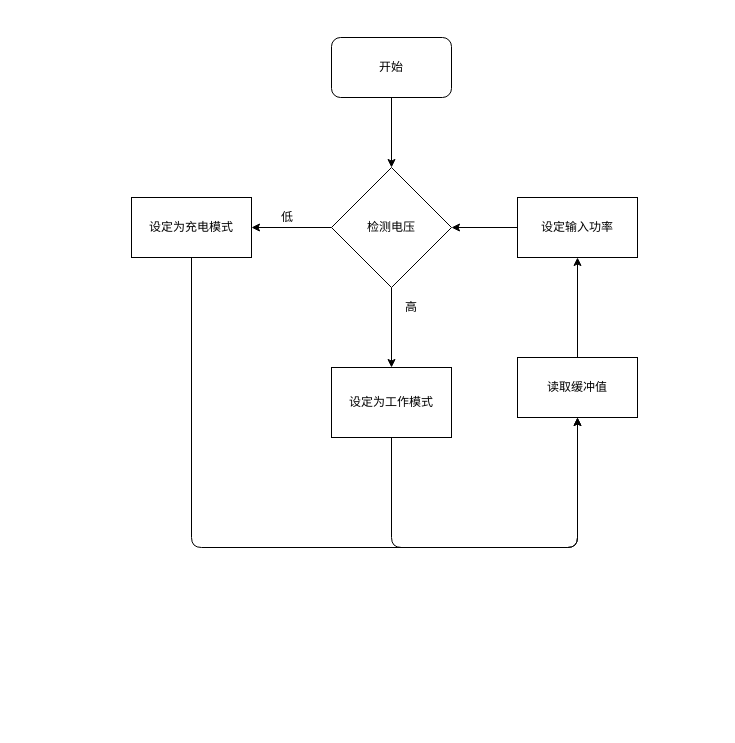
This is Doc/电容控制流程.drawio from xrobot-org/XRobot, a draw.io file, before an edit. Source tidied: cells renumbered, new cells numbered last; positions are measured from the earlier drawing's top-left corner, leaving out a move shared by most shapes. Both pictures are drawn from the tidied source at 100%, with x=0, y=0 at pixel (131, 37).
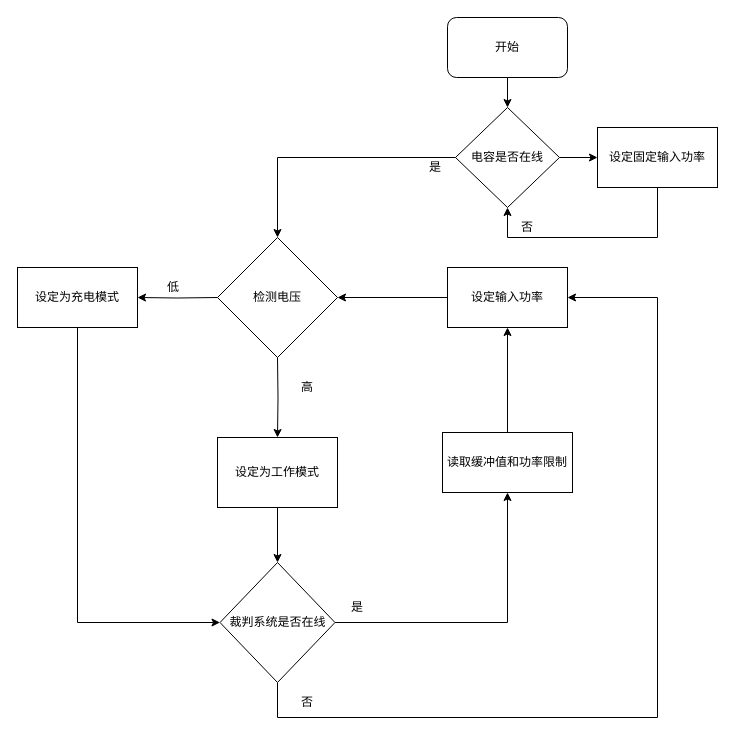
The same diagram, later.

Commit message (it also covers changes not shown here):
修改流程图

Change to the diagram source:
```diff
@@
+    <mxCell id="17" style="edgeStyle=orthogonalEdgeStyle;rounded=0;jettySize=auto;html=1;" parent="1" edge="1" source="2" target="22">
+      <mxGeometry relative="1" as="geometry" />
+    </mxCell>
     <mxCell id="2" value="开始" style="rounded=1;whiteSpace=wrap;html=1;" parent="1" vertex="1">
-      <mxGeometry x="200" width="120" height="60" as="geometry" />
+      <mxGeometry x="316" y="-20" width="120" height="60" as="geometry" />
     </mxCell>
-    <mxCell id="3" style="edgeStyle=orthogonalEdgeStyle;rounded=0;jettySize=auto;html=1;" parent="1" edge="1" source="2" target="6">
-      <mxGeometry relative="1" as="geometry" />
-    </mxCell>
-    <mxCell id="4" style="edgeStyle=orthogonalEdgeStyle;rounded=0;jettySize=auto;html=1;" parent="1" edge="1" source="6" target="7">
-      <mxGeometry relative="1" as="geometry" />
+    <mxCell id="4" style="edgeStyle=orthogonalEdgeStyle;rounded=0;jettySize=auto;html=1;" parent="1" edge="1" target="7">
+      <mxGeometry relative="1" as="geometry">
+        <mxPoint x="86" y="260" as="sourcePoint" />
+      </mxGeometry>
     </mxCell>
-    <mxCell id="5" style="edgeStyle=orthogonalEdgeStyle;rounded=0;jettySize=auto;html=1;" parent="1" edge="1" source="6" target="8">
-      <mxGeometry relative="1" as="geometry" />
+    <mxCell id="5" style="edgeStyle=orthogonalEdgeStyle;rounded=0;jettySize=auto;html=1;" parent="1" edge="1" target="8">
+      <mxGeometry relative="1" as="geometry">
+        <mxPoint x="146" y="320" as="sourcePoint" />
+      </mxGeometry>
     </mxCell>
     <mxCell id="6" value="检测电压" style="rhombus;whiteSpace=wrap;html=1;" parent="1" vertex="1">
-      <mxGeometry x="200" y="130" width="120" height="120" as="geometry" />
+      <mxGeometry x="86" y="200" width="120" height="120" as="geometry" />
     </mxCell>
+    <mxCell id="18" style="edgeStyle=orthogonalEdgeStyle;rounded=0;jettySize=auto;html=1;entryX=0;entryY=0.5;entryDx=0;entryDy=0;" parent="1" edge="1" source="7" target="25">
+      <mxGeometry relative="1" as="geometry">
+        <Array as="points">
+          <mxPoint x="-54" y="585" />
+        </Array>
+      </mxGeometry>
+    </mxCell>
     <mxCell id="7" value="设定为充电模式" style="whiteSpace=wrap;html=1;" parent="1" vertex="1">
-      <mxGeometry y="160" width="120" height="60" as="geometry" />
+      <mxGeometry x="-114" y="230" width="120" height="60" as="geometry" />
     </mxCell>
+    <mxCell id="19" style="edgeStyle=orthogonalEdgeStyle;rounded=0;jettySize=auto;html=1;" parent="1" edge="1" source="8" target="25">
+      <mxGeometry relative="1" as="geometry" />
+    </mxCell>
     <mxCell id="8" value="设定为工作模式" style="whiteSpace=wrap;html=1;" parent="1" vertex="1">
-      <mxGeometry x="200" y="330" width="120" height="70" as="geometry" />
+      <mxGeometry x="86" y="400" width="120" height="70" as="geometry" />
     </mxCell>
     <mxCell id="9" value="低" style="text;html=1;strokeColor=none;fillColor=none;align=center;verticalAlign=middle;whiteSpace=wrap;rounded=0;" parent="1" vertex="1">
-      <mxGeometry x="136" y="170" width="40" height="20" as="geometry" />
+      <mxGeometry x="22" y="240" width="40" height="20" as="geometry" />
     </mxCell>
-    <mxCell id="10" value="高" style="text;html=1;strokeColor=none;fillColor=none;align=center;verticalAlign=middle;whiteSpace=wrap;rounded=0;" parent="1" vertex="1">
-      <mxGeometry x="260" y="260" width="40" height="20" as="geometry" />
+    <mxCell id="10" value="是" style="text;html=1;strokeColor=none;fillColor=none;align=center;verticalAlign=middle;whiteSpace=wrap;rounded=0;" parent="1" vertex="1">
+      <mxGeometry x="206" y="560" width="40" height="20" as="geometry" />
     </mxCell>
@@
-    <mxCell id="12" value="读取缓冲值" style="whiteSpace=wrap;html=1;" parent="1" vertex="1">
-      <mxGeometry x="386" y="320" width="120" height="60" as="geometry" />
+    <mxCell id="12" value="读取缓冲值和功率限制" style="whiteSpace=wrap;html=1;" parent="1" vertex="1">
+      <mxGeometry x="311" y="395" width="130" height="60" as="geometry" />
     </mxCell>
-    <mxCell id="13" style="edgeStyle=orthogonalEdgeStyle;rounded=0;jettySize=auto;html=1;" parent="1" edge="1" source="14" target="6">
-      <mxGeometry relative="1" as="geometry" />
+    <mxCell id="13" style="edgeStyle=orthogonalEdgeStyle;rounded=0;jettySize=auto;html=1;" parent="1" edge="1" source="14">
+      <mxGeometry relative="1" as="geometry">
+        <mxPoint x="206" y="260" as="targetPoint" />
+      </mxGeometry>
     </mxCell>
     <mxCell id="14" value="设定输入功率" style="whiteSpace=wrap;html=1;" parent="1" vertex="1">
-      <mxGeometry x="386" y="160" width="120" height="60" as="geometry" />
+      <mxGeometry x="316" y="230" width="120" height="60" as="geometry" />
     </mxCell>
-    <mxCell id="15" style="endArrow=classic;html=1;entryX=0.5;entryY=1;entryDx=0;entryDy=0;exitX=0.5;exitY=1;exitDx=0;exitDy=0;" parent="1" edge="1" source="7" target="12">
-      <mxGeometry relative="1" as="geometry">
-        <Array as="points">
-          <mxPoint x="60" y="510" />
-          <mxPoint x="446" y="510" />
-        </Array>
-      </mxGeometry>
-    </mxCell>
-    <mxCell id="16" style="endArrow=classic;html=1;" parent="1" edge="1">
-      <mxGeometry relative="1" as="geometry">
-        <mxPoint x="260" y="400" as="sourcePoint" />
-        <mxPoint x="446" y="380" as="targetPoint" />
-        <Array as="points">
-          <mxPoint x="260" y="510" />
-          <mxPoint x="446" y="510" />
-        </Array>
-      </mxGeometry>
-    </mxCell>
+    <mxCell id="20" style="edgeStyle=orthogonalEdgeStyle;rounded=0;jettySize=auto;html=1;entryX=0.5;entryY=0;entryDx=0;entryDy=0;" parent="1" edge="1" source="22" target="6">
+      <mxGeometry relative="1" as="geometry">
+        <Array as="points">
+          <mxPoint x="146" y="120" />
+        </Array>
+      </mxGeometry>
+    </mxCell>
+    <mxCell id="21" style="edgeStyle=orthogonalEdgeStyle;rounded=0;jettySize=auto;html=1;" parent="1" edge="1" source="22" target="30">
+      <mxGeometry relative="1" as="geometry" />
+    </mxCell>
+    <mxCell id="22" value="电容是否在线" style="rhombus;whiteSpace=wrap;html=1;" parent="1" vertex="1">
+      <mxGeometry x="324" y="70" width="104" height="100" as="geometry" />
+    </mxCell>
+    <mxCell id="23" style="edgeStyle=orthogonalEdgeStyle;rounded=0;jettySize=auto;html=1;entryX=0.5;entryY=1;entryDx=0;entryDy=0;" parent="1" edge="1" source="25" target="12">
+      <mxGeometry relative="1" as="geometry" />
+    </mxCell>
+    <mxCell id="24" style="edgeStyle=orthogonalEdgeStyle;rounded=0;jettySize=auto;html=1;entryX=1;entryY=0.5;entryDx=0;entryDy=0;" parent="1" edge="1" source="25" target="14">
+      <mxGeometry relative="1" as="geometry">
+        <Array as="points">
+          <mxPoint x="146" y="680" />
+          <mxPoint x="526" y="680" />
+          <mxPoint x="526" y="260" />
+        </Array>
+      </mxGeometry>
+    </mxCell>
+    <mxCell id="25" value="裁判系统是否在线" style="rhombus;whiteSpace=wrap;html=1;" parent="1" vertex="1">
+      <mxGeometry x="88.5" y="525" width="115" height="120" as="geometry" />
+    </mxCell>
+    <mxCell id="26" value="高" style="text;html=1;strokeColor=none;fillColor=none;align=center;verticalAlign=middle;whiteSpace=wrap;rounded=0;" parent="1" vertex="1">
+      <mxGeometry x="156" y="340" width="40" height="20" as="geometry" />
+    </mxCell>
+    <mxCell id="27" value="否" style="text;html=1;strokeColor=none;fillColor=none;align=center;verticalAlign=middle;whiteSpace=wrap;rounded=0;" parent="1" vertex="1">
+      <mxGeometry x="156" y="655" width="40" height="20" as="geometry" />
+    </mxCell>
+    <mxCell id="28" value="是" style="text;html=1;strokeColor=none;fillColor=none;align=center;verticalAlign=middle;whiteSpace=wrap;rounded=0;" parent="1" vertex="1">
+      <mxGeometry x="284" y="120" width="40" height="20" as="geometry" />
+    </mxCell>
+    <mxCell id="29" style="edgeStyle=orthogonalEdgeStyle;rounded=0;jettySize=auto;html=1;entryX=0.5;entryY=1;entryDx=0;entryDy=0;" parent="1" edge="1" source="30" target="22">
+      <mxGeometry relative="1" as="geometry">
+        <Array as="points">
+          <mxPoint x="526" y="200" />
+          <mxPoint x="376" y="200" />
+        </Array>
+      </mxGeometry>
+    </mxCell>
+    <mxCell id="30" value="设定固定输入功率" style="whiteSpace=wrap;html=1;" parent="1" vertex="1">
+      <mxGeometry x="466" y="90" width="120" height="60" as="geometry" />
+    </mxCell>
+    <mxCell id="31" value="否" style="text;html=1;strokeColor=none;fillColor=none;align=center;verticalAlign=middle;whiteSpace=wrap;rounded=0;" parent="1" vertex="1">
+      <mxGeometry x="376" y="180" width="40" height="20" as="geometry" />
+    </mxCell>
```
